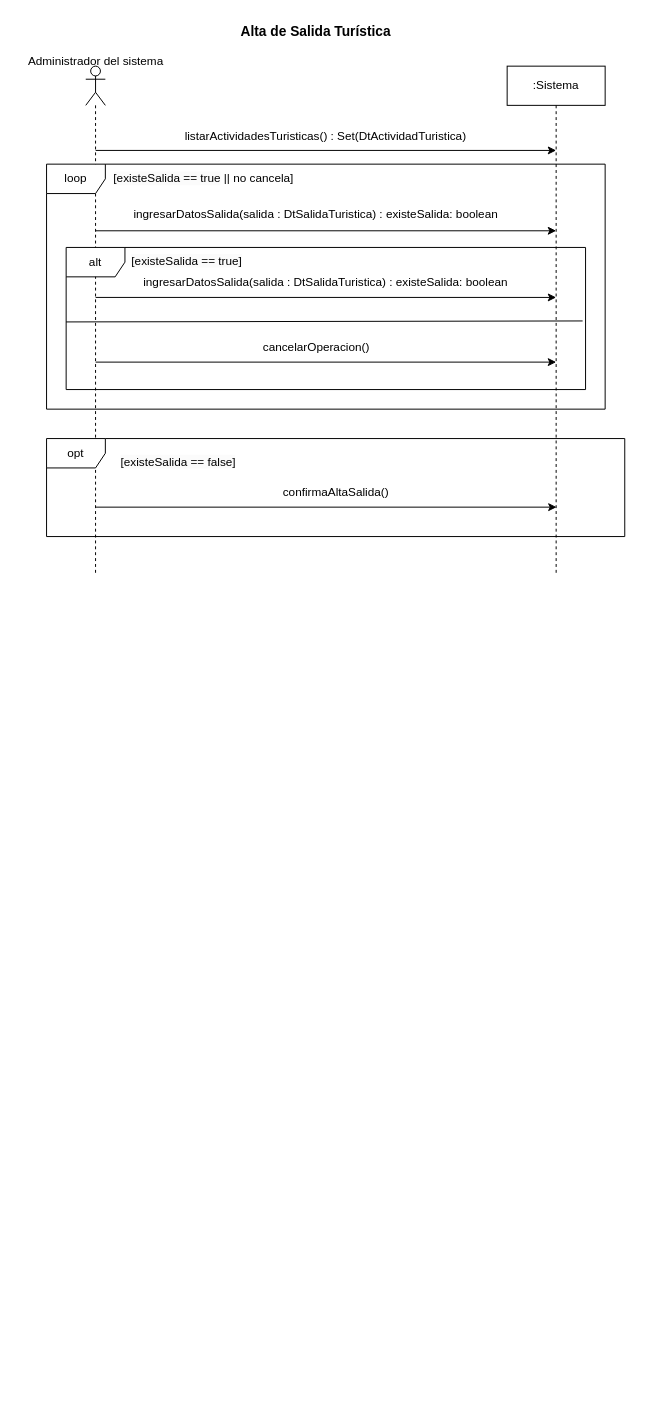
rofernandezm/Tencnoinf_Pap2025_Tarea1 keeps this draw.io diagram as page "CU6_AltaSalidaTurística" (6 of 10) of resources/Tarea1.drawio. Above is the earlier version. Source tidied: cells renumbered, new cells numbered last; positions are measured from the earlier drawing's top-left corner, leaving out a move shared by most shapes. Both pictures are drawn from the tidied source at 98%, with x=0, y=0 at pixel (17, 17).
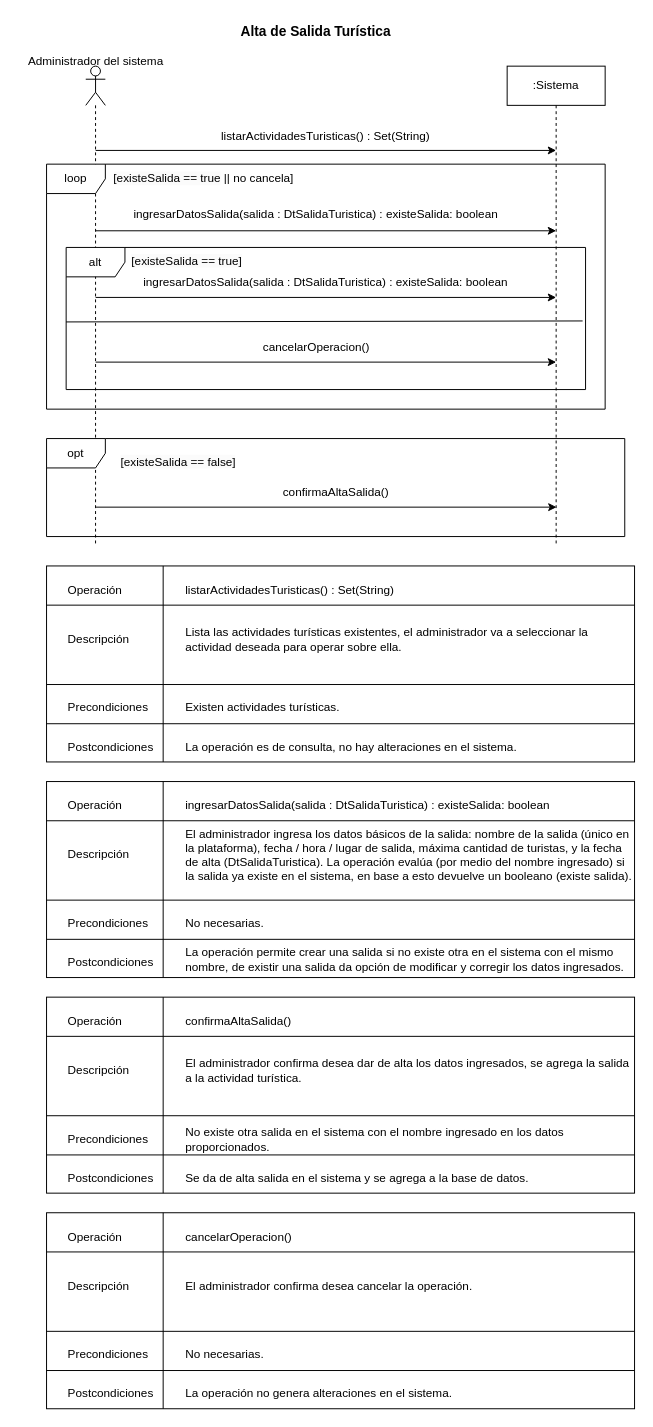
The same page after the edit.

The edit, as a diff of the source:
```diff
@@
     <mxCell id="2" style="shape=umlLifeline;perimeter=lifelinePerimeter;whiteSpace=wrap;html=1;newEdgeStyle={&quot;curved&quot;:0,&quot;rounded&quot;:0};participant=umlActor;" parent="1" vertex="1">
-      <mxGeometry x="70" y="50" width="20" height="520" as="geometry" />
+      <mxGeometry x="70" y="50" width="20" height="490" as="geometry" />
     </mxCell>
     <mxCell id="3" value=":Sistema" style="shape=umlLifeline;perimeter=lifelinePerimeter;whiteSpace=wrap;html=1;newEdgeStyle={&quot;curved&quot;:0,&quot;rounded&quot;:0};" parent="1" vertex="1">
-      <mxGeometry x="500" y="50" width="100" height="520" as="geometry" />
+      <mxGeometry x="500" y="50" width="100" height="490" as="geometry" />
     </mxCell>
@@
-    <mxCell id="6" value="listarActividadesTuristicas() : Set(DtActividadTuristica)" style="text;html=1;align=center;verticalAlign=middle;whiteSpace=wrap;rounded=0;" parent="1" vertex="1">
+    <mxCell id="6" value="listarActividadesTuristicas() :&amp;nbsp;&lt;span style=&quot;text-wrap-mode: nowrap;&quot;&gt;Set(String)&lt;/span&gt;" style="text;html=1;align=center;verticalAlign=middle;whiteSpace=wrap;rounded=0;" parent="1" vertex="1">
       <mxGeometry x="145" y="107" width="340" height="30" as="geometry" />
     </mxCell>
@@
+    <mxCell id="23" style="rounded=0;whiteSpace=wrap;html=1;" parent="1" vertex="1">
+      <mxGeometry x="30" y="780" width="600" height="200" as="geometry" />
+    </mxCell>
+    <mxCell id="24" style="endArrow=none;html=1;rounded=0;" parent="1" edge="1">
+      <mxGeometry relative="1" as="geometry">
+        <mxPoint x="30" y="820" as="sourcePoint" />
+        <mxPoint x="630" y="820" as="targetPoint" />
+      </mxGeometry>
+    </mxCell>
+    <mxCell id="25" style="endArrow=none;html=1;rounded=0;" parent="1" edge="1">
+      <mxGeometry relative="1" as="geometry">
+        <mxPoint x="30" y="901" as="sourcePoint" />
+        <mxPoint x="630" y="901" as="targetPoint" />
+      </mxGeometry>
+    </mxCell>
+    <mxCell id="26" style="endArrow=none;html=1;rounded=0;" parent="1" edge="1">
+      <mxGeometry relative="1" as="geometry">
+        <mxPoint x="30" y="941" as="sourcePoint" />
+        <mxPoint x="630" y="941" as="targetPoint" />
+      </mxGeometry>
+    </mxCell>
+    <mxCell id="27" style="endArrow=none;html=1;rounded=0;" parent="1" edge="1">
+      <mxGeometry relative="1" as="geometry">
+        <mxPoint x="149" y="980" as="sourcePoint" />
+        <mxPoint x="149" y="780" as="targetPoint" />
+      </mxGeometry>
+    </mxCell>
+    <mxCell id="28" value="Operación" style="text;html=1;align=left;verticalAlign=middle;whiteSpace=wrap;rounded=0;" parent="1" vertex="1">
+      <mxGeometry x="50" y="790" width="80" height="30" as="geometry" />
+    </mxCell>
+    <mxCell id="29" value="Descripción" style="text;html=1;align=left;verticalAlign=middle;whiteSpace=wrap;rounded=0;" parent="1" vertex="1">
+      <mxGeometry x="50" y="840" width="80" height="30" as="geometry" />
+    </mxCell>
+    <mxCell id="30" value="Precondiciones" style="text;html=1;align=left;verticalAlign=middle;whiteSpace=wrap;rounded=0;" parent="1" vertex="1">
+      <mxGeometry x="50" y="910" width="80" height="30" as="geometry" />
+    </mxCell>
+    <mxCell id="31" value="Postcondiciones" style="text;html=1;align=left;verticalAlign=middle;whiteSpace=wrap;rounded=0;" parent="1" vertex="1">
+      <mxGeometry x="50" y="950" width="80" height="30" as="geometry" />
+    </mxCell>
+    <mxCell id="32" value="&lt;span style=&quot;text-align: center;&quot;&gt;ingresarDatosSalida(salida : DtSalidaTuristica) : existeSalida: boolean&lt;/span&gt;" style="text;html=1;align=left;verticalAlign=middle;whiteSpace=wrap;rounded=0;" parent="1" vertex="1">
+      <mxGeometry x="170" y="790" width="460" height="30" as="geometry" />
+    </mxCell>
+    <mxCell id="33" value="&lt;div&gt;El administrador ingresa los&amp;nbsp;&lt;span style=&quot;background-color: transparent; color: light-dark(rgb(0, 0, 0), rgb(255, 255, 255));&quot;&gt;datos básicos de la salida: nombre de la salida (único en la plataforma),&amp;nbsp;&lt;/span&gt;&lt;span style=&quot;background-color: transparent; color: light-dark(rgb(0, 0, 0), rgb(255, 255, 255));&quot;&gt;fecha / hora / lugar de salida, máxima cantidad de turistas, y la fecha de&amp;nbsp;&lt;/span&gt;&lt;span style=&quot;background-color: transparent; color: light-dark(rgb(0, 0, 0), rgb(255, 255, 255));&quot;&gt;alta (DtSalidaTuristica). La operación evalúa (por medio del nombre ingresado) si la salida ya existe en el sistema, en base a esto devuelve un booleano (existe salida).&lt;/span&gt;&lt;/div&gt;" style="text;html=1;align=left;verticalAlign=middle;whiteSpace=wrap;rounded=0;" parent="1" vertex="1">
+      <mxGeometry x="170" y="840" width="460" height="30" as="geometry" />
+    </mxCell>
+    <mxCell id="34" value=" No necesarias.&amp;nbsp;" style="text;html=1;align=left;verticalAlign=middle;whiteSpace=wrap;rounded=0;" parent="1" vertex="1">
+      <mxGeometry x="170" y="910" width="460" height="30" as="geometry" />
+    </mxCell>
+    <mxCell id="35" value="La operación permite crear una salida si no existe otra en el sistema con el mismo nombre, de existir una salida da opción de modificar y corregir&amp;nbsp;los datos ingresados." style="text;html=1;align=left;verticalAlign=middle;whiteSpace=wrap;rounded=0;" parent="1" vertex="1">
+      <mxGeometry x="170" y="947" width="460" height="30" as="geometry" />
+    </mxCell>
+    <mxCell id="36" style="rounded=0;whiteSpace=wrap;html=1;" parent="1" vertex="1">
+      <mxGeometry x="30" y="560" width="600" height="200" as="geometry" />
+    </mxCell>
+    <mxCell id="37" style="endArrow=none;html=1;rounded=0;" parent="1" edge="1">
+      <mxGeometry relative="1" as="geometry">
+        <mxPoint x="30" y="600" as="sourcePoint" />
+        <mxPoint x="630" y="600" as="targetPoint" />
+      </mxGeometry>
+    </mxCell>
+    <mxCell id="38" style="endArrow=none;html=1;rounded=0;" parent="1" edge="1">
+      <mxGeometry relative="1" as="geometry">
+        <mxPoint x="30" y="681" as="sourcePoint" />
+        <mxPoint x="630" y="681" as="targetPoint" />
+      </mxGeometry>
+    </mxCell>
+    <mxCell id="39" style="endArrow=none;html=1;rounded=0;" parent="1" edge="1">
+      <mxGeometry relative="1" as="geometry">
+        <mxPoint x="30" y="721" as="sourcePoint" />
+        <mxPoint x="630" y="721" as="targetPoint" />
+      </mxGeometry>
+    </mxCell>
+    <mxCell id="40" style="endArrow=none;html=1;rounded=0;" parent="1" edge="1">
+      <mxGeometry relative="1" as="geometry">
+        <mxPoint x="149" y="760" as="sourcePoint" />
+        <mxPoint x="149" y="560" as="targetPoint" />
+      </mxGeometry>
+    </mxCell>
+    <mxCell id="41" value="Operación" style="text;html=1;align=left;verticalAlign=middle;whiteSpace=wrap;rounded=0;" parent="1" vertex="1">
+      <mxGeometry x="50" y="570" width="80" height="30" as="geometry" />
+    </mxCell>
+    <mxCell id="42" value="Descripción" style="text;html=1;align=left;verticalAlign=middle;whiteSpace=wrap;rounded=0;" parent="1" vertex="1">
+      <mxGeometry x="50" y="620" width="80" height="30" as="geometry" />
+    </mxCell>
+    <mxCell id="43" value="Precondiciones" style="text;html=1;align=left;verticalAlign=middle;whiteSpace=wrap;rounded=0;" parent="1" vertex="1">
+      <mxGeometry x="50" y="690" width="80" height="30" as="geometry" />
+    </mxCell>
+    <mxCell id="44" value="Postcondiciones" style="text;html=1;align=left;verticalAlign=middle;whiteSpace=wrap;rounded=0;" parent="1" vertex="1">
+      <mxGeometry x="50" y="730" width="80" height="30" as="geometry" />
+    </mxCell>
+    <mxCell id="45" value="listarActividadesTuristicas() :&amp;nbsp;&lt;span style=&quot;text-align: center; text-wrap-mode: nowrap;&quot;&gt;Set(String)&lt;/span&gt;" style="text;html=1;align=left;verticalAlign=middle;whiteSpace=wrap;rounded=0;" parent="1" vertex="1">
+      <mxGeometry x="170" y="570" width="340" height="30" as="geometry" />
+    </mxCell>
+    <mxCell id="46" value=" Lista las actividades turísticas  existentes, el administrador va a seleccionar la actividad deseada para operar sobre ella." style="text;html=1;align=left;verticalAlign=middle;whiteSpace=wrap;rounded=0;" parent="1" vertex="1">
+      <mxGeometry x="170" y="620" width="460" height="30" as="geometry" />
+    </mxCell>
+    <mxCell id="47" value=" Existen actividades turísticas." style="text;html=1;align=left;verticalAlign=middle;whiteSpace=wrap;rounded=0;" parent="1" vertex="1">
+      <mxGeometry x="170" y="690" width="460" height="30" as="geometry" />
+    </mxCell>
+    <mxCell id="48" value="La operación es de consulta, no hay alteraciones en el sistema.&amp;nbsp;" style="text;html=1;align=left;verticalAlign=middle;whiteSpace=wrap;rounded=0;" parent="1" vertex="1">
+      <mxGeometry x="170" y="730" width="460" height="30" as="geometry" />
+    </mxCell>
+    <mxCell id="49" style="rounded=0;whiteSpace=wrap;html=1;" parent="1" vertex="1">
+      <mxGeometry x="30" y="1000" width="600" height="200" as="geometry" />
+    </mxCell>
+    <mxCell id="50" style="endArrow=none;html=1;rounded=0;" parent="1" edge="1">
+      <mxGeometry relative="1" as="geometry">
+        <mxPoint x="30" y="1040" as="sourcePoint" />
+        <mxPoint x="630" y="1040" as="targetPoint" />
+      </mxGeometry>
+    </mxCell>
+    <mxCell id="51" style="endArrow=none;html=1;rounded=0;" parent="1" edge="1">
+      <mxGeometry relative="1" as="geometry">
+        <mxPoint x="30" y="1121" as="sourcePoint" />
+        <mxPoint x="630" y="1121" as="targetPoint" />
+      </mxGeometry>
+    </mxCell>
+    <mxCell id="52" style="endArrow=none;html=1;rounded=0;" parent="1" edge="1">
+      <mxGeometry relative="1" as="geometry">
+        <mxPoint x="30" y="1161" as="sourcePoint" />
+        <mxPoint x="630" y="1161" as="targetPoint" />
+      </mxGeometry>
+    </mxCell>
+    <mxCell id="53" style="endArrow=none;html=1;rounded=0;" parent="1" edge="1">
+      <mxGeometry relative="1" as="geometry">
+        <mxPoint x="149" y="1200" as="sourcePoint" />
+        <mxPoint x="149" y="1000" as="targetPoint" />
+      </mxGeometry>
+    </mxCell>
+    <mxCell id="54" value="Operación" style="text;html=1;align=left;verticalAlign=middle;whiteSpace=wrap;rounded=0;" parent="1" vertex="1">
+      <mxGeometry x="50" y="1010" width="80" height="30" as="geometry" />
+    </mxCell>
+    <mxCell id="55" value="Descripción" style="text;html=1;align=left;verticalAlign=middle;whiteSpace=wrap;rounded=0;" parent="1" vertex="1">
+      <mxGeometry x="50" y="1060" width="80" height="30" as="geometry" />
+    </mxCell>
+    <mxCell id="56" value="Precondiciones" style="text;html=1;align=left;verticalAlign=middle;whiteSpace=wrap;rounded=0;" parent="1" vertex="1">
+      <mxGeometry x="50" y="1130" width="80" height="30" as="geometry" />
+    </mxCell>
+    <mxCell id="57" value="Postcondiciones" style="text;html=1;align=left;verticalAlign=middle;whiteSpace=wrap;rounded=0;" parent="1" vertex="1">
+      <mxGeometry x="50" y="1170" width="80" height="30" as="geometry" />
+    </mxCell>
+    <mxCell id="58" value="&lt;div style=&quot;text-align: center;&quot;&gt;&lt;span style=&quot;background-color: transparent;&quot;&gt;confirmaAltaSalida()&lt;/span&gt;&lt;/div&gt;" style="text;html=1;align=left;verticalAlign=middle;whiteSpace=wrap;rounded=0;" parent="1" vertex="1">
+      <mxGeometry x="170" y="1010" width="460" height="30" as="geometry" />
+    </mxCell>
+    <mxCell id="59" value="&lt;div&gt;El administrador confirma desea dar de alta los datos ingresados, se agrega la salida a la actividad turística&lt;span style=&quot;background-color: transparent; color: light-dark(rgb(0, 0, 0), rgb(255, 255, 255));&quot;&gt;.&lt;/span&gt;&lt;/div&gt;" style="text;html=1;align=left;verticalAlign=middle;whiteSpace=wrap;rounded=0;" parent="1" vertex="1">
+      <mxGeometry x="170" y="1060" width="460" height="30" as="geometry" />
+    </mxCell>
+    <mxCell id="60" value=" No existe otra salida en el sistema con el nombre ingresado en los datos proporcionados." style="text;html=1;align=left;verticalAlign=middle;whiteSpace=wrap;rounded=0;" parent="1" vertex="1">
+      <mxGeometry x="170" y="1130" width="460" height="30" as="geometry" />
+    </mxCell>
+    <mxCell id="61" value="Se da de alta salida en el sistema y se agrega a la base de datos.&amp;nbsp;" style="text;html=1;align=left;verticalAlign=middle;whiteSpace=wrap;rounded=0;" parent="1" vertex="1">
+      <mxGeometry x="170" y="1170" width="460" height="30" as="geometry" />
+    </mxCell>
+    <mxCell id="62" style="rounded=0;whiteSpace=wrap;html=1;" parent="1" vertex="1">
+      <mxGeometry x="30" y="1220" width="600" height="200" as="geometry" />
+    </mxCell>
+    <mxCell id="63" style="endArrow=none;html=1;rounded=0;" parent="1" edge="1">
+      <mxGeometry relative="1" as="geometry">
+        <mxPoint x="30" y="1260" as="sourcePoint" />
+        <mxPoint x="630" y="1260" as="targetPoint" />
+      </mxGeometry>
+    </mxCell>
+    <mxCell id="64" style="endArrow=none;html=1;rounded=0;" parent="1" edge="1">
+      <mxGeometry relative="1" as="geometry">
+        <mxPoint x="30" y="1341" as="sourcePoint" />
+        <mxPoint x="630" y="1341" as="targetPoint" />
+      </mxGeometry>
+    </mxCell>
+    <mxCell id="65" style="endArrow=none;html=1;rounded=0;" parent="1" edge="1">
+      <mxGeometry relative="1" as="geometry">
+        <mxPoint x="30" y="1381" as="sourcePoint" />
+        <mxPoint x="630" y="1381" as="targetPoint" />
+      </mxGeometry>
+    </mxCell>
+    <mxCell id="66" style="endArrow=none;html=1;rounded=0;" parent="1" edge="1">
+      <mxGeometry relative="1" as="geometry">
+        <mxPoint x="149" y="1420" as="sourcePoint" />
+        <mxPoint x="149" y="1220" as="targetPoint" />
+      </mxGeometry>
+    </mxCell>
+    <mxCell id="67" value="Operación" style="text;html=1;align=left;verticalAlign=middle;whiteSpace=wrap;rounded=0;" parent="1" vertex="1">
+      <mxGeometry x="50" y="1230" width="80" height="30" as="geometry" />
+    </mxCell>
+    <mxCell id="68" value="Descripción" style="text;html=1;align=left;verticalAlign=middle;whiteSpace=wrap;rounded=0;" parent="1" vertex="1">
+      <mxGeometry x="50" y="1280" width="80" height="30" as="geometry" />
+    </mxCell>
+    <mxCell id="69" value="Precondiciones" style="text;html=1;align=left;verticalAlign=middle;whiteSpace=wrap;rounded=0;" parent="1" vertex="1">
+      <mxGeometry x="50" y="1350" width="80" height="30" as="geometry" />
+    </mxCell>
+    <mxCell id="70" value="Postcondiciones" style="text;html=1;align=left;verticalAlign=middle;whiteSpace=wrap;rounded=0;" parent="1" vertex="1">
+      <mxGeometry x="50" y="1390" width="80" height="30" as="geometry" />
+    </mxCell>
+    <mxCell id="71" value="&lt;div style=&quot;text-align: center;&quot;&gt;cancelarOperacion()&lt;/div&gt;" style="text;html=1;align=left;verticalAlign=middle;whiteSpace=wrap;rounded=0;" parent="1" vertex="1">
+      <mxGeometry x="170" y="1230" width="460" height="30" as="geometry" />
+    </mxCell>
+    <mxCell id="72" value="&lt;div&gt;El administrador confirma desea cancelar la operación.&lt;/div&gt;" style="text;html=1;align=left;verticalAlign=middle;whiteSpace=wrap;rounded=0;" parent="1" vertex="1">
+      <mxGeometry x="170" y="1280" width="460" height="30" as="geometry" />
+    </mxCell>
+    <mxCell id="73" style="text;html=1;align=left;verticalAlign=middle;whiteSpace=wrap;rounded=0;" parent="1" vertex="1">
+      <mxGeometry x="170" y="1350" width="460" height="30" as="geometry" />
+    </mxCell>
+    <mxCell id="74" style="text;html=1;align=left;verticalAlign=middle;whiteSpace=wrap;rounded=0;" parent="1" vertex="1">
+      <mxGeometry x="170" y="1390" width="460" height="30" as="geometry" />
+    </mxCell>
+    <mxCell id="75" value=" No necesarias.&amp;nbsp;" style="text;html=1;align=left;verticalAlign=middle;whiteSpace=wrap;rounded=0;" parent="1" vertex="1">
+      <mxGeometry x="170" y="1350" width="460" height="30" as="geometry" />
+    </mxCell>
+    <mxCell id="76" value="La operación no genera alteraciones en el sistema.&amp;nbsp;" style="text;html=1;align=left;verticalAlign=middle;whiteSpace=wrap;rounded=0;" parent="1" vertex="1">
+      <mxGeometry x="170" y="1390" width="460" height="30" as="geometry" />
+    </mxCell>
```
